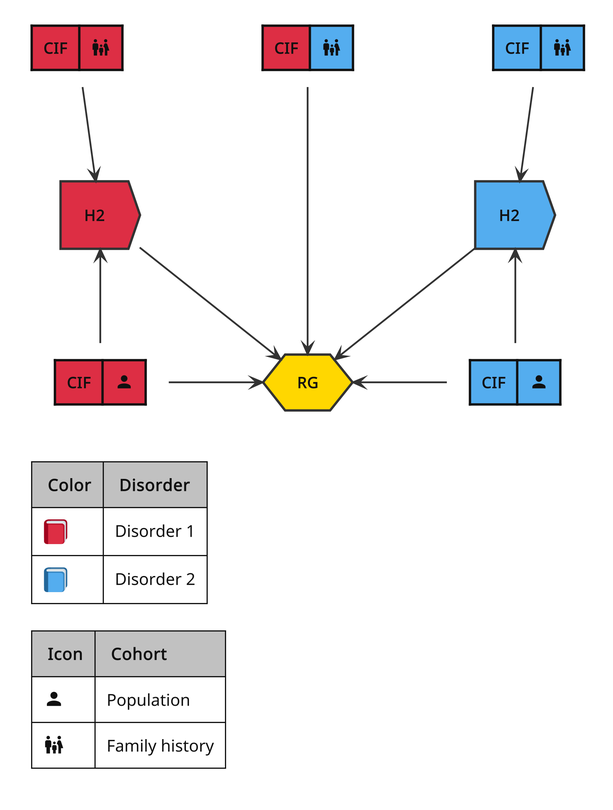
BioPsyk/epimight keeps this PlantUML diagram as guides/diagrams/pipeline-dag.png. Above is the earlier version.
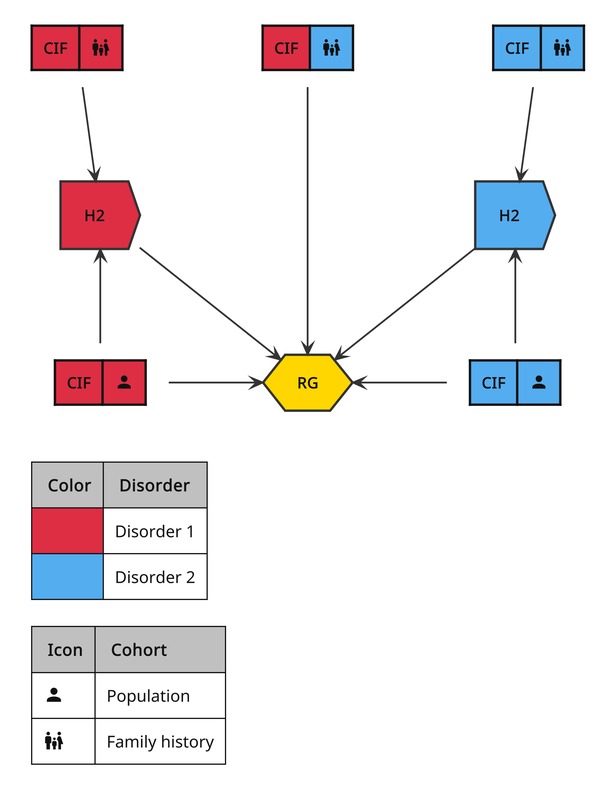
Later version of the same file.

Commit message:
Adds better color legend

Diff of the diagram source:
```diff
@@ -1,6 +1,7 @@
 @startuml
 !include <material7.4.47/AccountUser/account>
 !include <material7.4.47/PeopleFamily/HumanMaleFemaleChild>
+!include <material7.4.47/Weather/MoonFull>
 !include ../diagrams/ibp.puml
 
 skinparam nodesep 80
@@ -42,8 +43,8 @@
 
 legend left
   <#silver>|= Color|= Disorder|
-  |<b><:closed_book:></b>|Disorder 1|
-  |<b><:blue_book:></b>|Disorder 2|
+  |<#dd2e44>|Disorder 1|
+  |<#54adef>|Disorder 2|
 
   <#silver>|= Icon|= Cohort|
   |<b><$mdiAccount{scale=0.35}></b>|Population|
```
